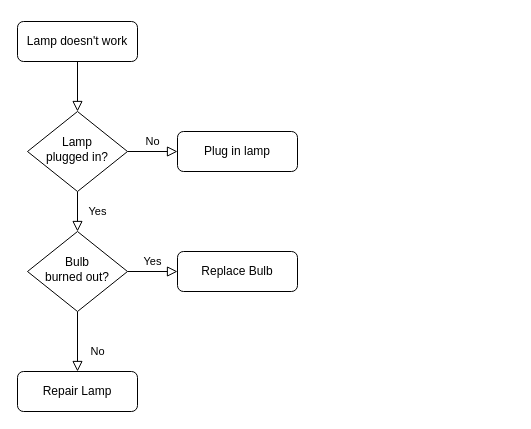
The draw.io diagram Untitled Diagram.drawio in moojjoo/diagrams, before the edit. Source tidied: cells renumbered, new cells numbered last; positions are measured from the earlier drawing's top-left corner, leaving out a move shared by most shapes. Both pictures are drawn from the tidied source at 100%, with x=0, y=0 at pixel (17, 21).
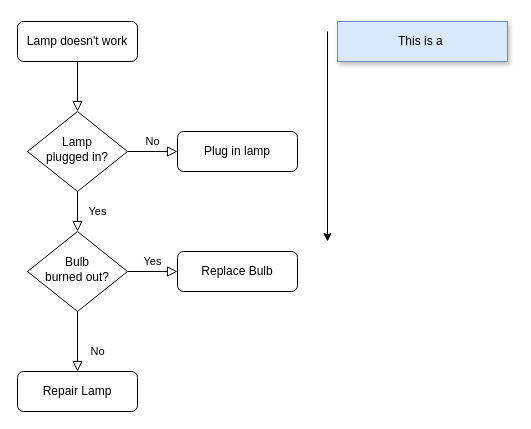
After the change.

The edit, as a diff of the source:
```diff
@@
 <mxGraphModel>
   <root>
     <mxCell id="0" />
     <mxCell id="1" parent="0" />
     <mxCell id="2" style="rounded=0;html=1;jettySize=auto;fontSize=11;endArrow=block;endFill=0;endSize=8;strokeWidth=1;shadow=0;labelBackgroundColor=none;edgeStyle=orthogonalEdgeStyle;" parent="1" edge="1" source="3" target="6">
       <mxGeometry relative="1" as="geometry" />
     </mxCell>
     <mxCell id="3" value="Lamp doesn't work" style="rounded=1;whiteSpace=wrap;html=1;fontSize=12;glass=0;strokeWidth=1;shadow=0;" parent="1" vertex="1">
       <mxGeometry width="120" height="40" as="geometry" />
     </mxCell>
     <mxCell id="4" value="Yes" style="rounded=0;html=1;jettySize=auto;fontSize=11;endArrow=block;endFill=0;endSize=8;strokeWidth=1;shadow=0;labelBackgroundColor=none;edgeStyle=orthogonalEdgeStyle;" parent="1" edge="1" source="6" target="10">
       <mxGeometry y="20" relative="1" as="geometry" />
     </mxCell>
     <mxCell id="5" value="No" style="edgeStyle=orthogonalEdgeStyle;rounded=0;html=1;jettySize=auto;fontSize=11;endArrow=block;endFill=0;endSize=8;strokeWidth=1;shadow=0;labelBackgroundColor=none;" parent="1" edge="1" source="6" target="7">
       <mxGeometry y="10" relative="1" as="geometry" />
     </mxCell>
     <mxCell id="6" value="Lamp&lt;br&gt;plugged in?" style="rhombus;whiteSpace=wrap;html=1;shadow=0;fontFamily=Helvetica;fontSize=12;align=center;strokeWidth=1;spacing=6;spacingTop=-4;" parent="1" vertex="1">
       <mxGeometry x="10" y="90" width="100" height="80" as="geometry" />
     </mxCell>
     <mxCell id="7" value="Plug in lamp" style="rounded=1;whiteSpace=wrap;html=1;fontSize=12;glass=0;strokeWidth=1;shadow=0;" parent="1" vertex="1">
       <mxGeometry x="160" y="110" width="120" height="40" as="geometry" />
     </mxCell>
     <mxCell id="8" value="No" style="rounded=0;html=1;jettySize=auto;fontSize=11;endArrow=block;endFill=0;endSize=8;strokeWidth=1;shadow=0;labelBackgroundColor=none;edgeStyle=orthogonalEdgeStyle;" parent="1" edge="1" source="10" target="11">
       <mxGeometry x="0.33" y="20" relative="1" as="geometry" />
     </mxCell>
     <mxCell id="9" value="Yes" style="edgeStyle=orthogonalEdgeStyle;rounded=0;html=1;jettySize=auto;fontSize=11;endArrow=block;endFill=0;endSize=8;strokeWidth=1;shadow=0;labelBackgroundColor=none;" parent="1" edge="1" source="10" target="12">
       <mxGeometry y="10" relative="1" as="geometry" />
     </mxCell>
     <mxCell id="10" value="Bulb&lt;br&gt;burned out?" style="rhombus;whiteSpace=wrap;html=1;shadow=0;fontFamily=Helvetica;fontSize=12;align=center;strokeWidth=1;spacing=6;spacingTop=-4;" parent="1" vertex="1">
       <mxGeometry x="10" y="210" width="100" height="80" as="geometry" />
     </mxCell>
     <mxCell id="11" value="Repair Lamp" style="rounded=1;whiteSpace=wrap;html=1;fontSize=12;glass=0;strokeWidth=1;shadow=0;" parent="1" vertex="1">
       <mxGeometry y="350" width="120" height="40" as="geometry" />
     </mxCell>
     <mxCell id="12" value="Replace Bulb" style="rounded=1;whiteSpace=wrap;html=1;fontSize=12;glass=0;strokeWidth=1;shadow=0;" parent="1" vertex="1">
       <mxGeometry x="160" y="230" width="120" height="40" as="geometry" />
     </mxCell>
+    <mxCell id="13" value="This is a&amp;nbsp;" style="rounded=0;whiteSpace=wrap;html=1;fillColor=#dae8fc;strokeColor=#6c8ebf;shadow=1;" parent="1" vertex="1">
+      <mxGeometry x="320" width="170" height="40" as="geometry" />
+    </mxCell>
+    <mxCell id="14" style="endArrow=classic;html=1;" parent="1" edge="1">
+      <mxGeometry relative="1" as="geometry">
+        <mxPoint x="310" y="10" as="sourcePoint" />
+        <mxPoint x="310" y="220" as="targetPoint" />
+      </mxGeometry>
+    </mxCell>
   </root>
 </mxGraphModel>
```
